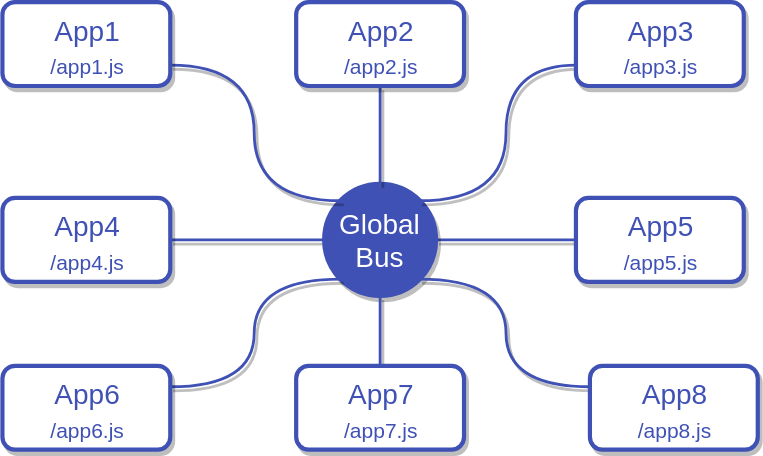
Earlier version of the draw.io export images/matrix.drawio.svg (ralliejs/docs). Source tidied: cells renumbered, new cells last; positions are measured from the earlier drawing's top-left corner, leaving out a move shared by most shapes.
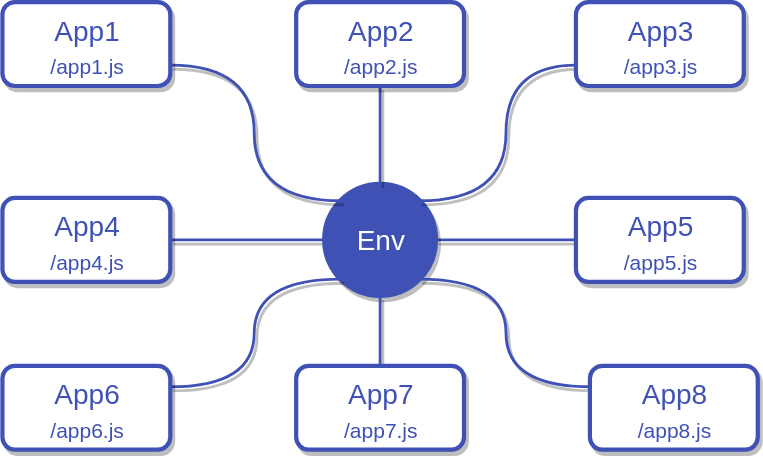
The same file after the commit.

Change to the diagram source:
```diff
@@ -14,7 +14,7 @@
     <mxCell id="5" value="&lt;span style=&quot;white-space: normal&quot;&gt;App5&lt;/span&gt;&lt;br style=&quot;white-space: normal&quot;&gt;&lt;font style=&quot;white-space: normal ; font-size: 15px&quot;&gt;/app5.js&lt;/font&gt;" style="rounded=1;whiteSpace=wrap;html=1;fillColor=#ffffff;strokeColor=#3F51B5;strokeWidth=3;shadow=1;comic=0;glass=0;fontStyle=0;fontColor=#3F51B5;fontSize=20;verticalAlign=top;" parent="1" vertex="1">
       <mxGeometry x="410" y="140" width="120" height="60" as="geometry" />
     </mxCell>
-    <mxCell id="6" value="Global Bus" style="ellipse;whiteSpace=wrap;html=1;shadow=1;glass=0;comic=0;strokeColor=#3F51B5;strokeWidth=3;fillColor=#3F51B5;fontSize=20;fontColor=#FFFFFF;" parent="1" vertex="1">
+    <mxCell id="6" value="Env" style="ellipse;whiteSpace=wrap;html=1;shadow=1;glass=0;comic=0;strokeColor=#3F51B5;strokeWidth=3;fillColor=#3F51B5;fontSize=20;fontColor=#FFFFFF;" parent="1" vertex="1">
       <mxGeometry x="230" y="130" width="80" height="80" as="geometry" />
     </mxCell>
     <mxCell id="7" style="edgeStyle=orthogonalEdgeStyle;curved=1;rounded=0;jettySize=auto;html=1;exitX=1;exitY=0.75;exitDx=0;exitDy=0;entryX=0;entryY=0;entryDx=0;entryDy=0;endArrow=none;endFill=0;strokeWidth=2;strokeColor=#3F51B5;shadow=1;" parent="1" edge="1" source="8" target="6">
```
